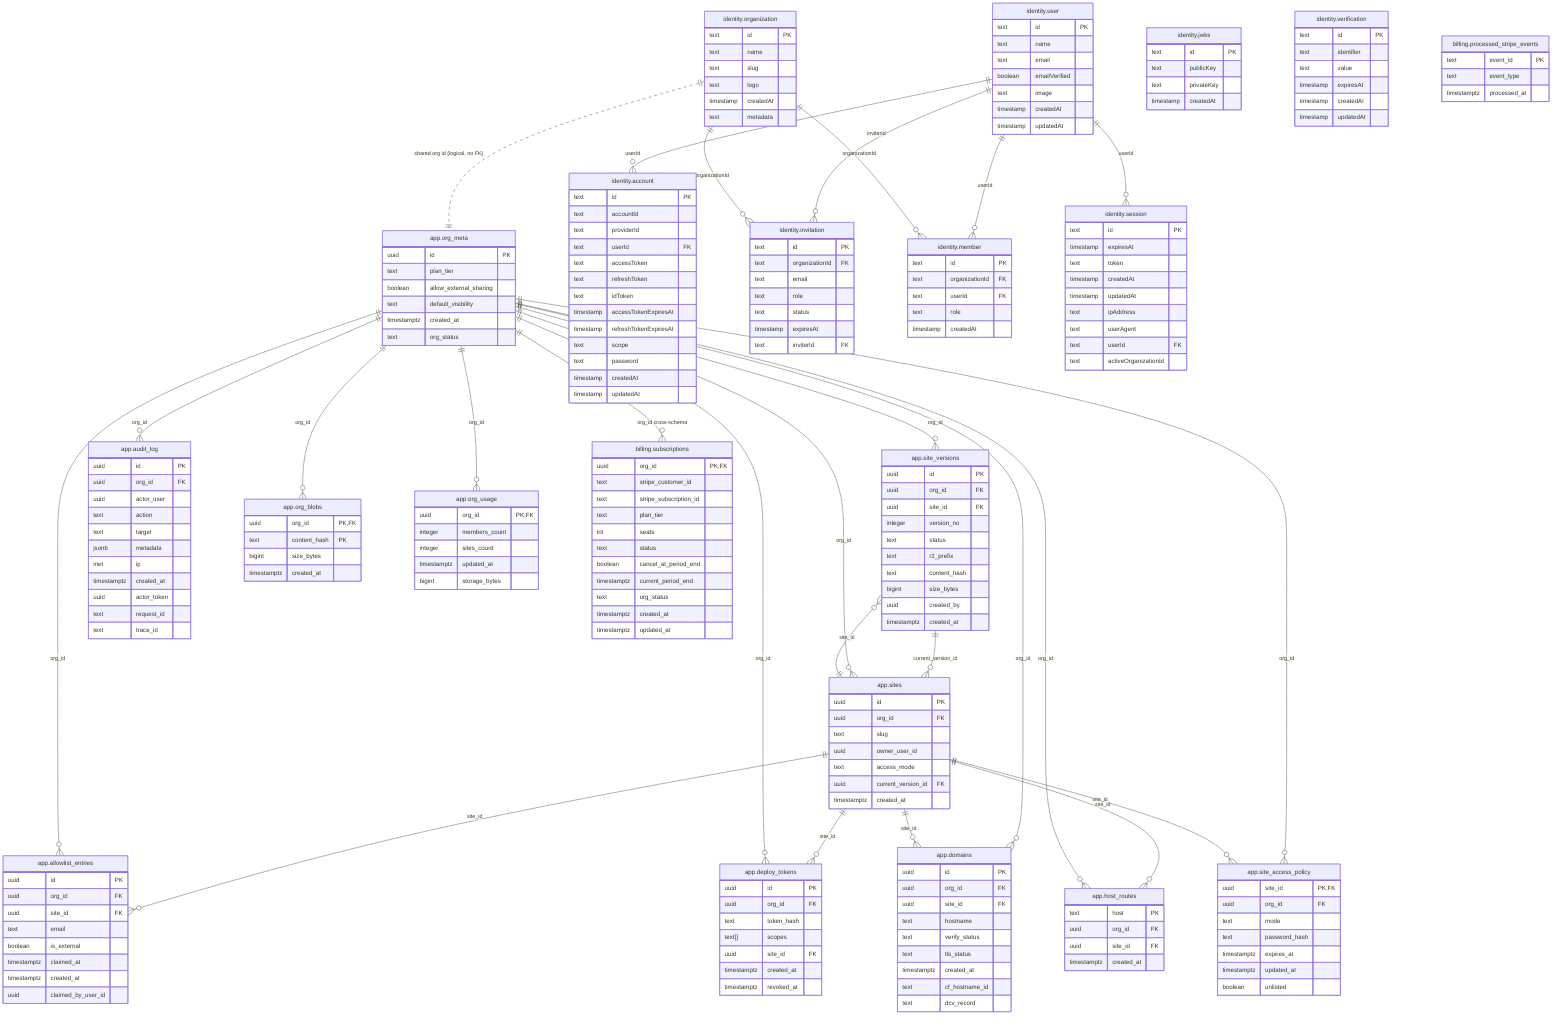
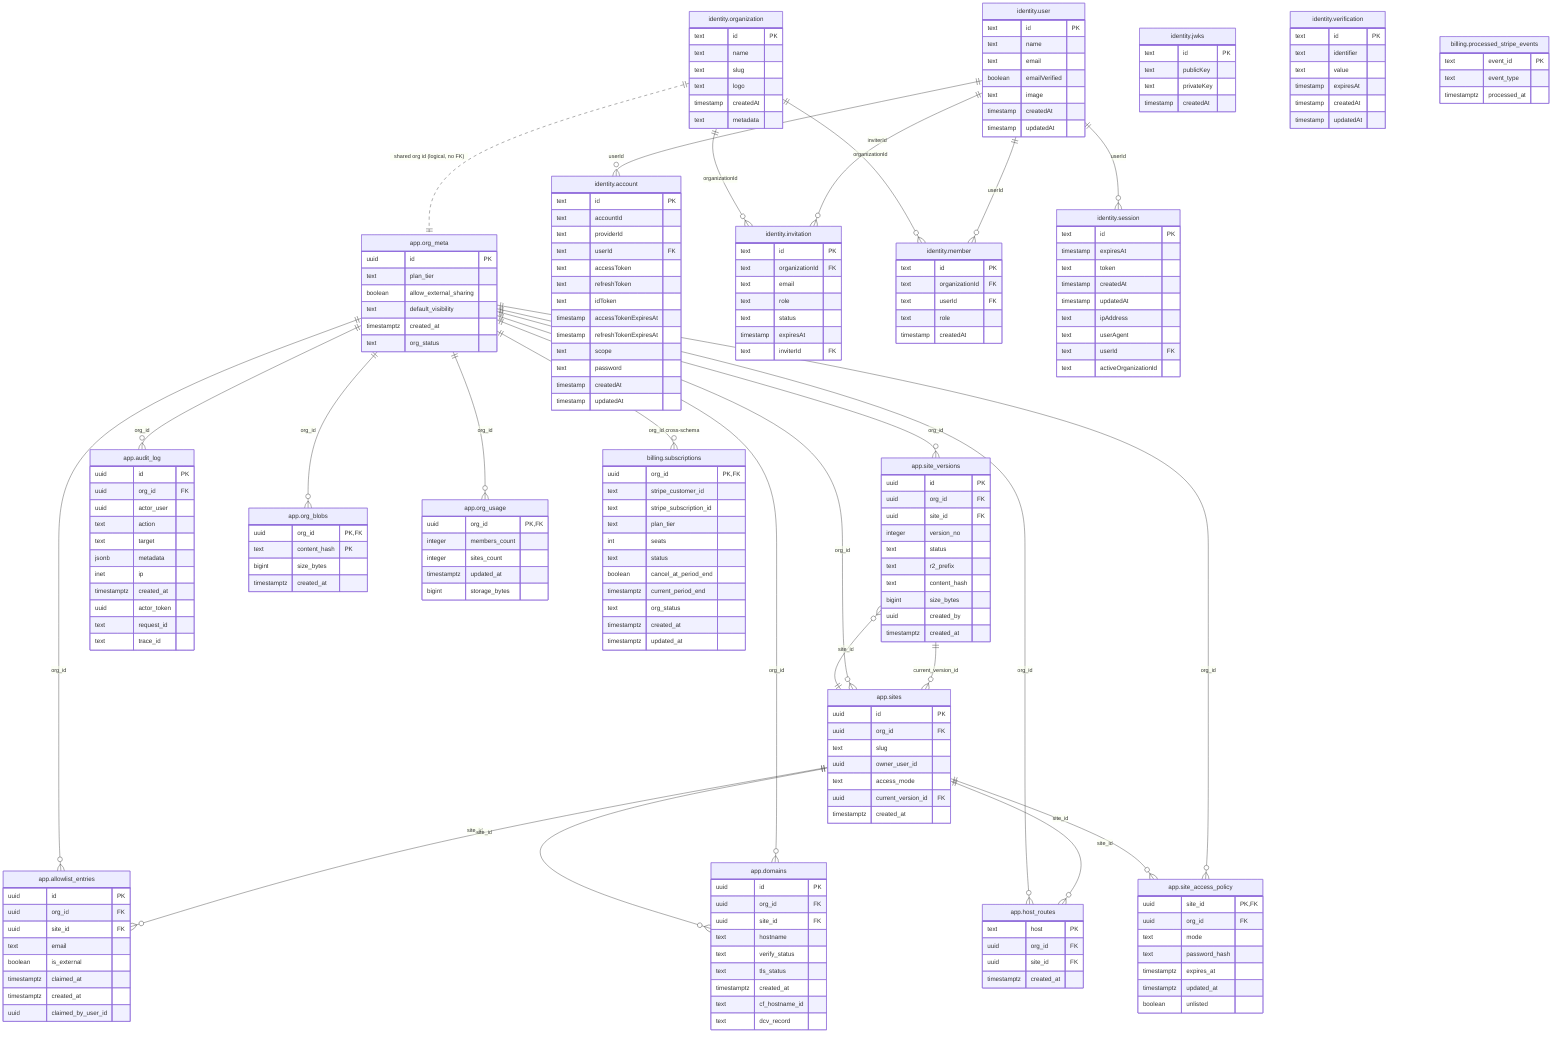
erDiagram
  app__org_meta["app.org_meta"] {
    uuid id PK
    text plan_tier
    boolean allow_external_sharing
    text default_visibility
    timestamptz created_at
    text org_status
  }
  app__sites["app.sites"] {
    uuid id PK
    uuid org_id FK
    text slug
    uuid owner_user_id
    text access_mode
    uuid current_version_id FK
    timestamptz created_at
  }
  app__site_versions["app.site_versions"] {
    uuid id PK
    uuid org_id FK
    uuid site_id FK
    integer version_no
    text status
    text r2_prefix
    text content_hash
    bigint size_bytes
    uuid created_by
    timestamptz created_at
  }
  app__allowlist_entries["app.allowlist_entries"] {
    uuid id PK
    uuid org_id FK
    uuid site_id FK
    text email
    boolean is_external
    timestamptz claimed_at
    timestamptz created_at
    uuid claimed_by_user_id
  }
  app__audit_log["app.audit_log"] {
    uuid id PK
    uuid org_id FK
    uuid actor_user
    text action
    text target
    jsonb metadata
    inet ip
    timestamptz created_at
    uuid actor_token
    text request_id
    text trace_id
-   }
-   app__deploy_tokens["app.deploy_tokens"] {
-     uuid id PK
-     uuid org_id FK
-     text token_hash
-     text[] scopes
-     uuid site_id FK
-     timestamptz created_at
-     timestamptz revoked_at
  }
  app__domains["app.domains"] {
    uuid id PK
    uuid org_id FK
    uuid site_id FK
    text hostname
    text verify_status
    text tls_status
    timestamptz created_at
    text cf_hostname_id
    text dcv_record
  }
  app__host_routes["app.host_routes"] {
    text host PK
    uuid org_id FK
    uuid site_id FK
    timestamptz created_at
  }
  app__org_blobs["app.org_blobs"] {
    uuid org_id PK,FK
    text content_hash PK
    bigint size_bytes
    timestamptz created_at
  }
  app__org_usage["app.org_usage"] {
    uuid org_id PK,FK
    integer members_count
    integer sites_count
    timestamptz updated_at
    bigint storage_bytes
  }
  app__site_access_policy["app.site_access_policy"] {
    uuid site_id PK,FK
    uuid org_id FK
    text mode
    text password_hash
    timestamptz expires_at
    timestamptz updated_at
    boolean unlisted
  }
  identity__user["identity.user"] {
    text id PK
    text name
    text email
    boolean emailVerified
    text image
    timestamp createdAt
    timestamp updatedAt
  }
  identity__organization["identity.organization"] {
    text id PK
    text name
    text slug
    text logo
    timestamp createdAt
    text metadata
  }
  identity__account["identity.account"] {
    text id PK
    text accountId
    text providerId
    text userId FK
    text accessToken
    text refreshToken
    text idToken
    timestamp accessTokenExpiresAt
    timestamp refreshTokenExpiresAt
    text scope
    text password
    timestamp createdAt
    timestamp updatedAt
  }
  identity__invitation["identity.invitation"] {
    text id PK
    text organizationId FK
    text email
    text role
    text status
    timestamp expiresAt
    text inviterId FK
  }
  identity__jwks["identity.jwks"] {
    text id PK
    text publicKey
    text privateKey
    timestamp createdAt
  }
  identity__member["identity.member"] {
    text id PK
    text organizationId FK
    text userId FK
    text role
    timestamp createdAt
  }
  identity__session["identity.session"] {
    text id PK
    timestamp expiresAt
    text token
    timestamp createdAt
    timestamp updatedAt
    text ipAddress
    text userAgent
    text userId FK
    text activeOrganizationId
  }
  identity__verification["identity.verification"] {
    text id PK
    text identifier
    text value
    timestamp expiresAt
    timestamp createdAt
    timestamp updatedAt
  }
  billing__subscriptions["billing.subscriptions"] {
    uuid org_id PK,FK
    text stripe_customer_id
    text stripe_subscription_id
    text plan_tier
    int seats
    text status
    boolean cancel_at_period_end
    timestamptz current_period_end
    text org_status
    timestamptz created_at
    timestamptz updated_at
  }
  billing__processed_stripe_events["billing.processed_stripe_events"] {
    text event_id PK
    text event_type
    timestamptz processed_at
  }

  app__sites ||--o{ app__allowlist_entries : "site_id"
  app__org_meta ||--o{ app__allowlist_entries : "org_id"
  app__org_meta ||--o{ app__audit_log : "org_id"
-   app__sites ||--o{ app__deploy_tokens : "site_id"
-   app__org_meta ||--o{ app__deploy_tokens : "org_id"
  app__org_meta ||--o{ app__domains : "org_id"
  app__sites ||--o{ app__domains : "site_id"
  app__sites ||--o{ app__host_routes : "site_id"
  app__org_meta ||--o{ app__host_routes : "org_id"
  app__org_meta ||--o{ app__org_blobs : "org_id"
  app__org_meta ||--o{ app__org_usage : "org_id"
  app__org_meta ||--o{ app__site_access_policy : "org_id"
  app__sites ||--o{ app__site_access_policy : "site_id"
  app__sites ||--o{ app__site_versions : "site_id"
  app__org_meta ||--o{ app__site_versions : "org_id"
  app__site_versions ||--o{ app__sites : "current_version_id"
  app__org_meta ||--o{ app__sites : "org_id"
  identity__user ||--o{ identity__account : "userId"
  identity__user ||--o{ identity__invitation : "inviterId"
  identity__organization ||--o{ identity__invitation : "organizationId"
  identity__user ||--o{ identity__member : "userId"
  identity__organization ||--o{ identity__member : "organizationId"
  identity__user ||--o{ identity__session : "userId"
  app__org_meta ||--o{ billing__subscriptions : "org_id cross-schema"
  identity__organization ||..|| app__org_meta : "shared org id (logical, no FK)"
